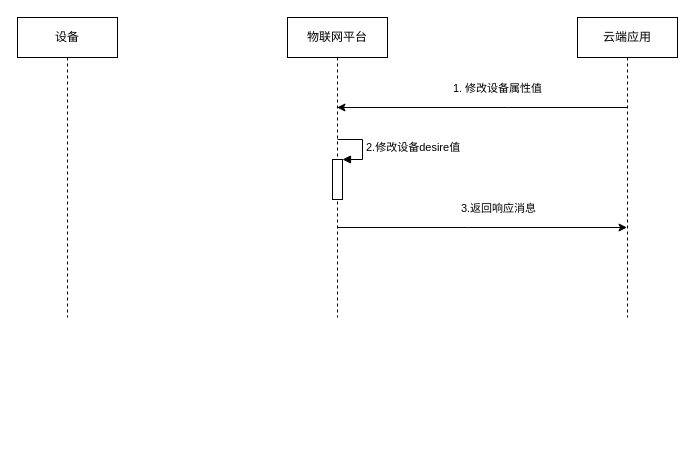
Earlier version of the draw.io diagram page "设备影子 流程图" (11 of 13) of 城安云 物联网中台架构图.drawio (ZachChou-Product/model-design). Source tidied: cells renumbered, new cells numbered last; positions are measured from the earlier drawing's top-left corner, leaving out a move shared by most shapes. Both pictures are drawn from the tidied source at 100%, with x=0, y=0 at pixel (17, 17).
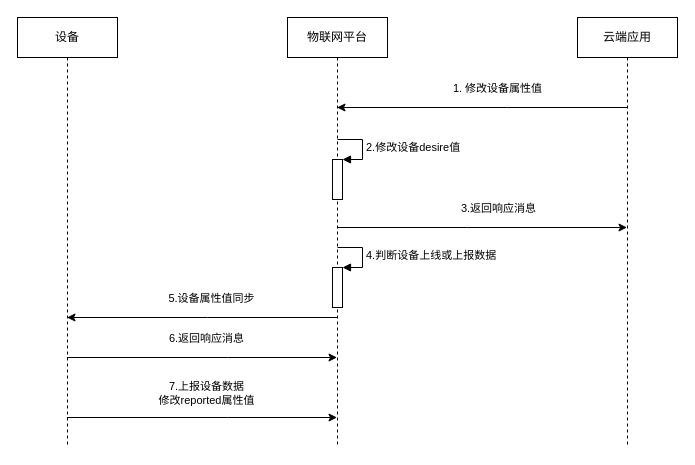
Above is the later version.

Commit message:
Update 城安云 物联网中台架构图.drawio

Change to the diagram source:
```diff
@@
+    <mxCell id="11" style="edgeStyle=orthogonalEdgeStyle;rounded=0;jettySize=auto;html=1;" parent="1" edge="1" source="2" target="5">
+      <mxGeometry relative="1" as="geometry">
+        <Array as="points">
+          <mxPoint x="210" y="340" />
+          <mxPoint x="210" y="340" />
+        </Array>
+      </mxGeometry>
+    </mxCell>
+    <mxCell id="12" value="6.返回响应消息" style="edgeLabel;html=1;align=center;verticalAlign=middle;" parent="11" vertex="1">
+      <mxGeometry x="0.19" y="13" relative="1" as="geometry">
+        <mxPoint x="-22.5" y="-7" as="offset" />
+      </mxGeometry>
+    </mxCell>
+    <mxCell id="13" style="edgeStyle=orthogonalEdgeStyle;rounded=0;jettySize=auto;html=1;" parent="1" edge="1" source="2" target="5">
+      <mxGeometry relative="1" as="geometry">
+        <Array as="points">
+          <mxPoint x="210" y="400" />
+          <mxPoint x="210" y="400" />
+        </Array>
+      </mxGeometry>
+    </mxCell>
+    <mxCell id="14" value="&lt;div&gt;7.上报设备数据&lt;/div&gt;&lt;div&gt;修改reported属性值&lt;br&gt;&lt;/div&gt;" style="edgeLabel;html=1;align=center;verticalAlign=middle;" parent="13" vertex="1">
+      <mxGeometry x="0.19" y="-39" relative="1" as="geometry">
+        <mxPoint x="-22.5" y="-64" as="offset" />
+      </mxGeometry>
+    </mxCell>
     <mxCell id="2" value="设备" style="shape=umlLifeline;perimeter=lifelinePerimeter;whiteSpace=wrap;html=1;outlineConnect=0;" parent="1" vertex="1">
-      <mxGeometry width="100" height="300" as="geometry" />
+      <mxGeometry width="100" height="430" as="geometry" />
     </mxCell>
@@
+    <mxCell id="15" style="edgeStyle=orthogonalEdgeStyle;rounded=0;jettySize=auto;html=1;" parent="1" edge="1" source="5" target="2">
+      <mxGeometry relative="1" as="geometry">
+        <Array as="points">
+          <mxPoint x="190" y="300" />
+          <mxPoint x="190" y="300" />
+        </Array>
+      </mxGeometry>
+    </mxCell>
+    <mxCell id="16" value="5.设备属性值同步" style="edgeLabel;html=1;align=center;verticalAlign=middle;" parent="15" vertex="1">
+      <mxGeometry x="0.09" y="-1" relative="1" as="geometry">
+        <mxPoint x="20.5" y="-19" as="offset" />
+      </mxGeometry>
+    </mxCell>
     <mxCell id="5" value="物联网平台" style="shape=umlLifeline;perimeter=lifelinePerimeter;whiteSpace=wrap;html=1;outlineConnect=0;" parent="1" vertex="1">
-      <mxGeometry x="270" width="100" height="300" as="geometry" />
+      <mxGeometry x="270" width="100" height="430" as="geometry" />
     </mxCell>
@@
+    <mxCell id="17" style="html=1;points=[];perimeter=orthogonalPerimeter;" parent="5" vertex="1">
+      <mxGeometry x="45" y="250" width="10" height="40" as="geometry" />
+    </mxCell>
+    <mxCell id="18" value="4.判断设备上线或上报数据" style="edgeStyle=orthogonalEdgeStyle;html=1;align=left;spacingLeft=2;endArrow=block;rounded=0;entryX=1;entryY=0;" parent="5" edge="1" target="17">
+      <mxGeometry relative="1" as="geometry">
+        <mxPoint x="50" y="230" as="sourcePoint" />
+        <Array as="points">
+          <mxPoint x="75" y="230" />
+        </Array>
+      </mxGeometry>
+    </mxCell>
@@
     <mxCell id="10" value="云端应用" style="shape=umlLifeline;perimeter=lifelinePerimeter;whiteSpace=wrap;html=1;outlineConnect=0;" parent="1" vertex="1">
-      <mxGeometry x="560" width="100" height="300" as="geometry" />
+      <mxGeometry x="560" width="100" height="430" as="geometry" />
     </mxCell>
```
